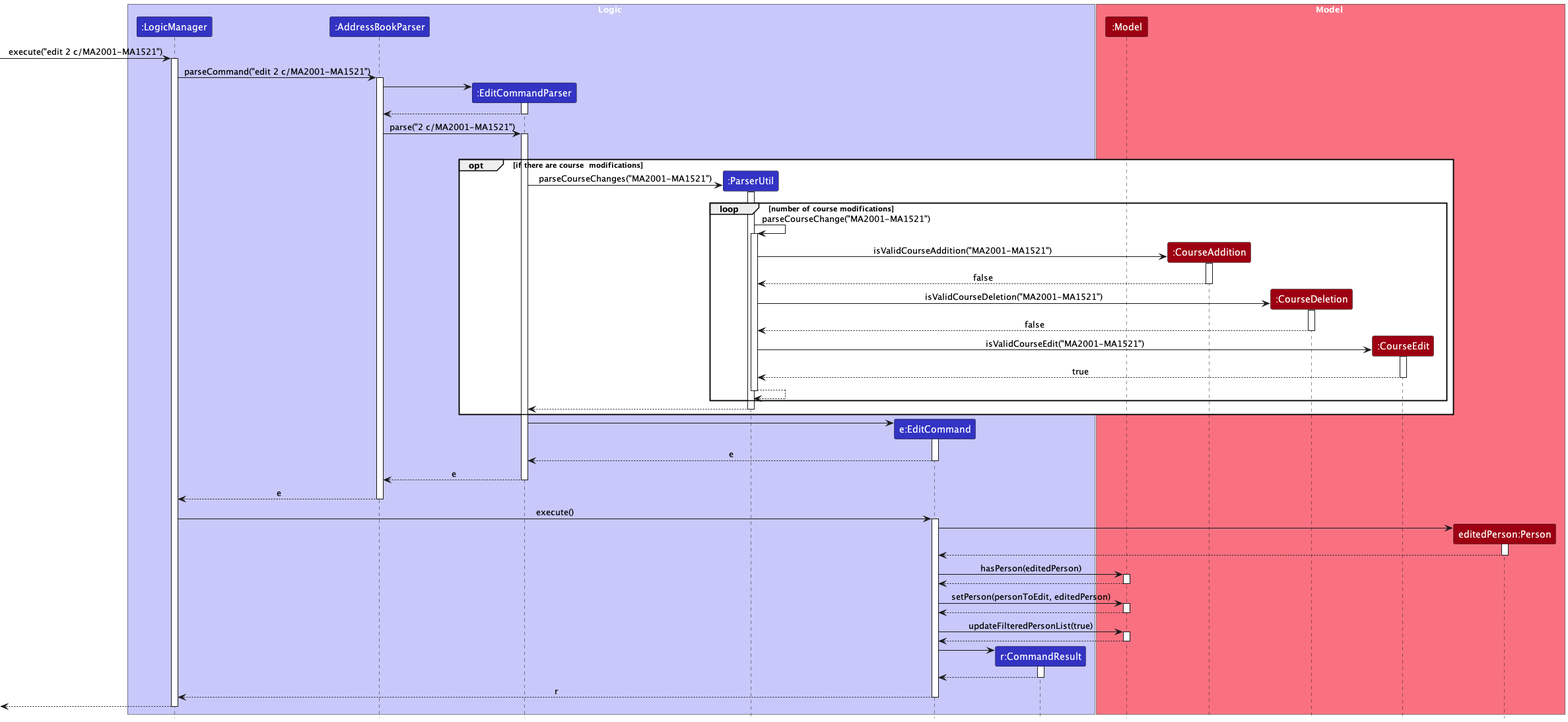
tanteckfang/tp keeps this PlantUML diagram as docs/images/EditSequenceDiagram.png. Above is the earlier version.
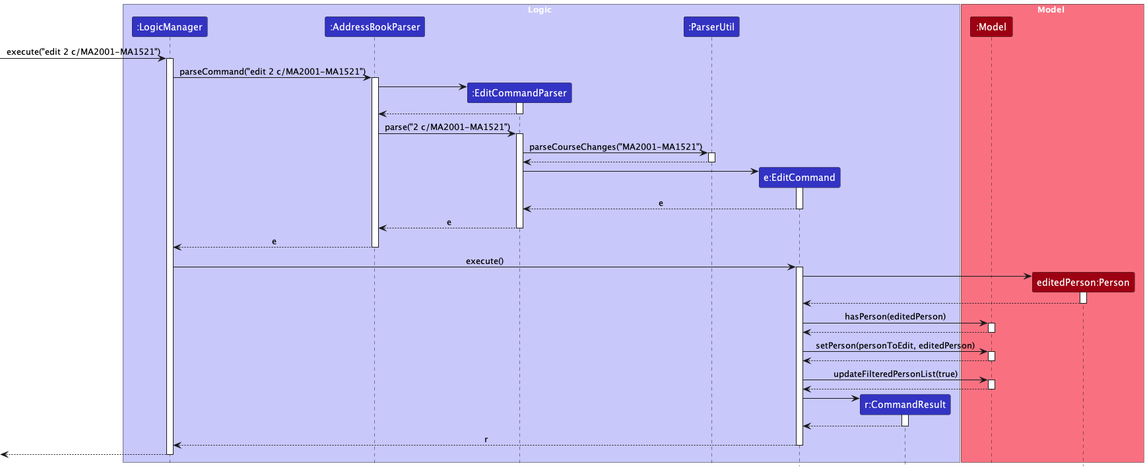
The same file after the commit.

Commit message:
Update sequence diagram image

What changed in the source:
```diff
@@ -13,9 +13,6 @@
 
 box Model MODEL_COLOR_T1
 participant ":Model" as Model MODEL_COLOR
-participant ":CourseAddition" as CourseAddition MODEL_COLOR
-participant ":CourseDeletion" as CourseDeletion MODEL_COLOR
-participant ":CourseEdit" as CourseEdit MODEL_COLOR
 participant "editedPerson:Person" as EditedPerson MODEL_COLOR
 end box
 [-> LogicManager : execute("edit 2 c/MA2001-MA1521")
@@ -30,27 +27,8 @@
 
 AddressBookParser -> EditCommandParser ++: parse("2 c/MA2001-MA1521")
 
-create ParserUtil
-group
-    opt if there are course  modifications
-    EditCommandParser -> ParserUtil ++: parseCourseChanges("MA2001-MA1521")
-    loop number of course modifications
-    ParserUtil -> ParserUtil ++: parseCourseChange("MA2001-MA1521")
-    create CourseAddition
-    ParserUtil -> CourseAddition ++: isValidCourseAddition("MA2001-MA1521")
-    return false
-
-    create CourseDeletion
-    ParserUtil -> CourseDeletion ++: isValidCourseDeletion("MA2001-MA1521")
-    return false
-
-    create CourseEdit
-    ParserUtil -> CourseEdit ++: isValidCourseEdit("MA2001-MA1521")
-    return true
-    return
-    end
-    return
-end
+EditCommandParser -> ParserUtil ++: parseCourseChanges("MA2001-MA1521")
+return
 
 create EditCommand
 EditCommandParser -> EditCommand ++
```
